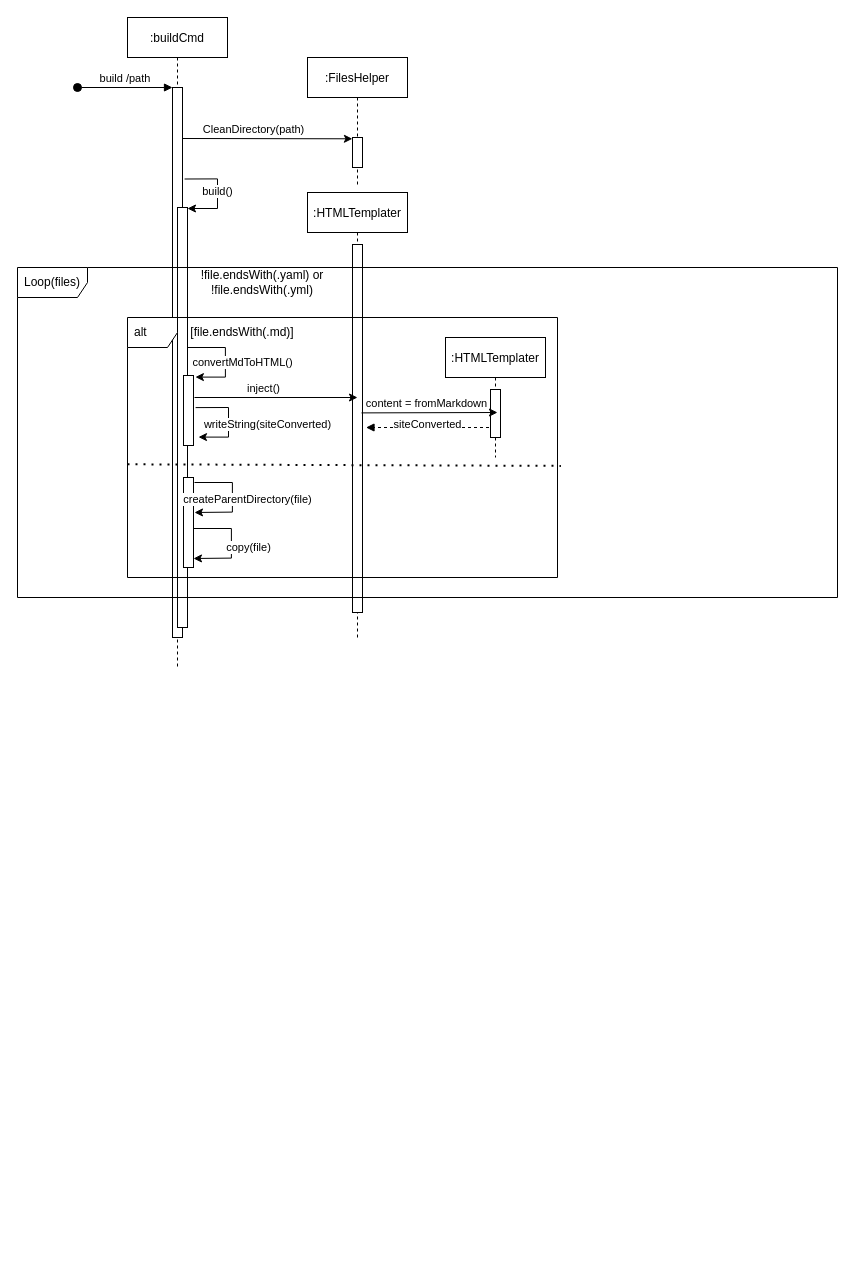
Earlier version of the draw.io diagram diagramme/DiagrammeSequence.drawio (lgtm-migrator/projet-marengo_rosset_silvestri_tissot). Source tidied: cells renumbered, new cells numbered last; positions are measured from the earlier drawing's top-left corner, leaving out a move shared by most shapes. Both pictures are drawn from the tidied source at 100%, with x=0, y=0 at pixel (17, 17).
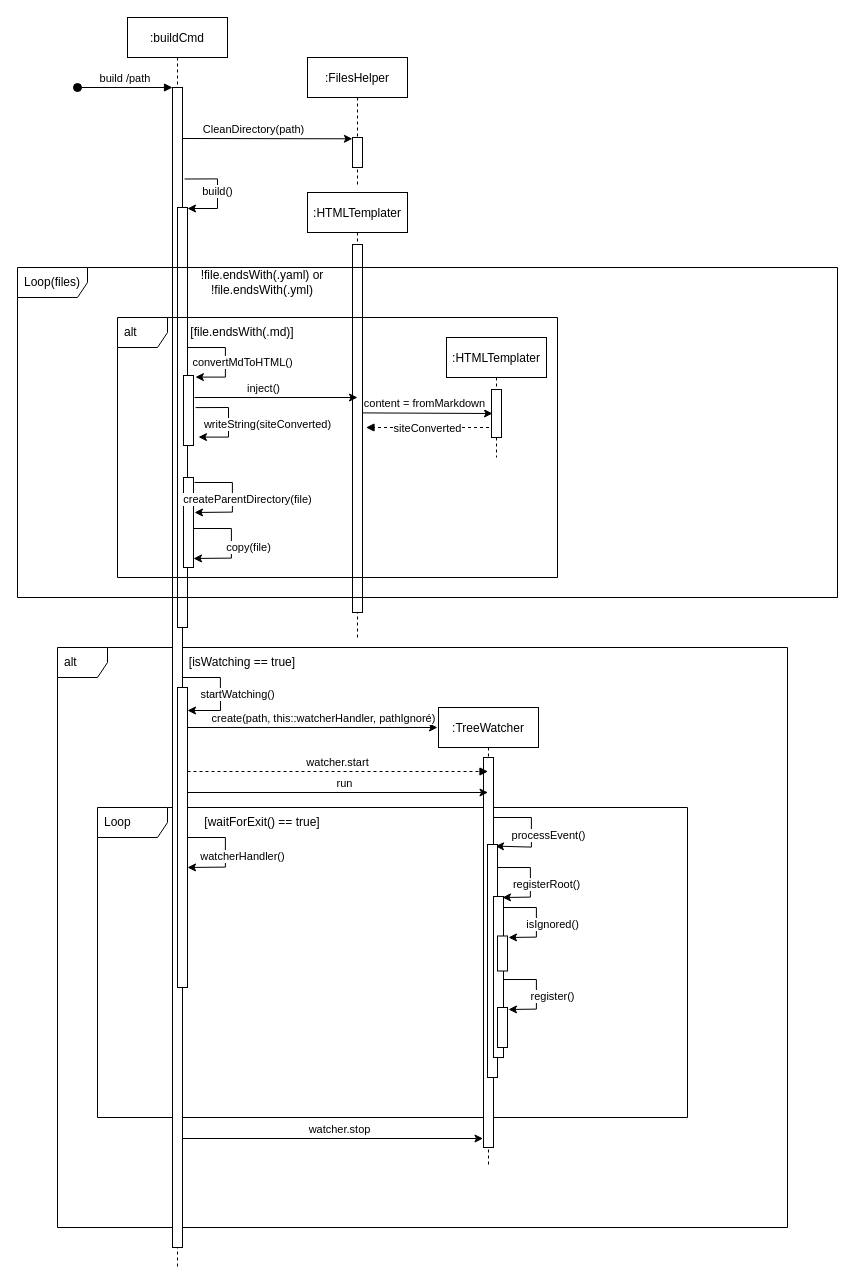
Above is the later version.

Commit message (it also covers changes not shown here):
Modification du diagramme de Séquence de la commande build afin de prendre en compte l'ajour du watcher. Modifications des screenshots.

Unchanged cells that the change refers to:
```xml
<mxCell id="23" style="points=[];perimeter=orthogonalPerimeter;rounded=0;shadow=0;strokeWidth=1;" parent="22" vertex="1">
  <mxGeometry x="45" y="52" width="10" height="48" as="geometry" />
</mxCell>
<mxCell id="26" style="html=1;verticalAlign=bottom;labelBackgroundColor=none;endArrow=block;endFill=1;dashed=1;rounded=0;" parent="1" edge="1">
  <mxGeometry relative="1" as="geometry">
    <mxPoint x="471.5" y="410" as="sourcePoint" />
    <mxPoint x="348.5" y="410" as="targetPoint" />
    <Array as="points">
      <mxPoint x="441.5" y="410" />
    </Array>
  </mxGeometry>
</mxCell>
```

Change to the diagram source:
```diff
@@
+    <mxCell id="32" value="alt" style="shape=umlFrame;whiteSpace=wrap;html=1;width=50;height=30;boundedLbl=1;verticalAlign=middle;align=left;spacingLeft=5;" parent="1" vertex="1">
+      <mxGeometry x="40" y="630" width="730" height="580" as="geometry" />
+    </mxCell>
     <mxCell id="2" value=":buildCmd" style="shape=umlLifeline;perimeter=lifelinePerimeter;rounded=0;shadow=0;strokeWidth=1;" parent="1" vertex="1">
-      <mxGeometry x="110" width="100" height="650" as="geometry" />
+      <mxGeometry x="110" width="100" height="1250" as="geometry" />
     </mxCell>
+    <mxCell id="33" value="Loop" style="shape=umlFrame;whiteSpace=wrap;html=1;width=70;height=30;boundedLbl=1;verticalAlign=middle;align=left;spacingLeft=5;" parent="2" vertex="1">
+      <mxGeometry x="-30" y="790" width="590" height="310" as="geometry" />
+    </mxCell>
     <mxCell id="3" style="points=[];perimeter=orthogonalPerimeter;rounded=0;shadow=0;strokeWidth=1;" parent="2" vertex="1">
-      <mxGeometry x="45" y="70" width="10" height="550" as="geometry" />
+      <mxGeometry x="45" y="70" width="10" height="1160" as="geometry" />
     </mxCell>
@@
+    <mxCell id="34" value="startWatching()" style="endArrow=classic;html=1;rounded=0;exitX=0;exitY=1;exitDx=0;exitDy=0;" parent="2" edge="1" target="35">
+      <mxGeometry x="0.05" y="17" relative="1" as="geometry">
+        <mxPoint x="55" y="660" as="sourcePoint" />
+        <Array as="points">
+          <mxPoint x="92.9" y="660" />
+          <mxPoint x="92.9" y="677.6" />
+          <mxPoint x="93" y="693" />
+        </Array>
+      </mxGeometry>
+    </mxCell>
+    <mxCell id="35" style="points=[];perimeter=orthogonalPerimeter;rounded=0;shadow=0;strokeWidth=1;" parent="2" vertex="1">
+      <mxGeometry x="50" y="670" width="10" height="300" as="geometry" />
+    </mxCell>
+    <mxCell id="36" value="watcherHandler()" style="endArrow=classic;html=1;rounded=0;exitX=0;exitY=1;exitDx=0;exitDy=0;" parent="2" edge="1">
+      <mxGeometry x="0.09" y="17" relative="1" as="geometry">
+        <mxPoint x="60" y="820" as="sourcePoint" />
+        <mxPoint x="60" y="850" as="targetPoint" />
+        <Array as="points">
+          <mxPoint x="97.9" y="820" />
+          <mxPoint x="97.9" y="837.6" />
+          <mxPoint x="97.9" y="849.6" />
+        </Array>
+      </mxGeometry>
+    </mxCell>
+    <mxCell id="37" value="[waitForExit() == true]" style="text;html=1;strokeColor=none;fillColor=none;align=center;verticalAlign=middle;whiteSpace=wrap;rounded=0;" parent="2" vertex="1">
+      <mxGeometry x="70" y="790" width="130" height="30" as="geometry" />
+    </mxCell>
+    <mxCell id="38" style="endArrow=classic;html=1;rounded=0;" parent="2" edge="1">
+      <mxGeometry relative="1" as="geometry">
+        <mxPoint x="55" y="1121" as="sourcePoint" />
+        <mxPoint x="355.5" y="1121" as="targetPoint" />
+      </mxGeometry>
+    </mxCell>
+    <mxCell id="39" value="watcher.stop" style="edgeLabel;html=1;align=center;verticalAlign=middle;" parent="38" vertex="1">
+      <mxGeometry x="-0.16" y="-2" relative="1" as="geometry">
+        <mxPoint x="30" y="-12" as="offset" />
+      </mxGeometry>
+    </mxCell>
@@
     <mxCell id="15" value="alt" style="shape=umlFrame;whiteSpace=wrap;html=1;width=50;height=30;boundedLbl=1;verticalAlign=middle;align=left;spacingLeft=5;" parent="1" vertex="1">
-      <mxGeometry x="110" y="300" width="430" height="260" as="geometry" />
+      <mxGeometry x="100" y="300" width="440" height="260" as="geometry" />
     </mxCell>
@@
-    <mxCell id="17" style="endArrow=none;dashed=1;html=1;dashPattern=1 3;strokeWidth=2;rounded=0;entryX=1.008;entryY=0.33;entryDx=0;entryDy=0;entryPerimeter=0;exitX=0;exitY=0.321;exitDx=0;exitDy=0;exitPerimeter=0;" parent="1" edge="1">
-      <mxGeometry relative="1" as="geometry">
-        <mxPoint x="110" y="446.8" as="sourcePoint" />
-        <mxPoint x="543.4" y="448.4" as="targetPoint" />
-      </mxGeometry>
-    </mxCell>
@@
     <mxCell id="22" value=":HTMLTemplater" style="shape=umlLifeline;perimeter=lifelinePerimeter;rounded=0;shadow=0;strokeWidth=1;" parent="1" vertex="1">
-      <mxGeometry x="428" y="320" width="100" height="120" as="geometry" />
+      <mxGeometry x="429" y="320" width="100" height="120" as="geometry" />
     </mxCell>
@@
-    <mxCell id="24" style="endArrow=classic;html=1;rounded=0;" parent="22" edge="1">
+    <mxCell id="24" style="endArrow=classic;html=1;rounded=0;entryX=0.1;entryY=0.5;entryDx=0;entryDy=0;entryPerimeter=0;" parent="22" edge="1" target="23">
       <mxGeometry relative="1" as="geometry">
         <mxPoint x="-84" y="75.4" as="sourcePoint" />
-        <mxPoint x="52" y="75" as="targetPoint" />
       </mxGeometry>
     </mxCell>
@@
     <mxCell id="27" value="siteConverted" style="edgeLabel;html=1;align=center;verticalAlign=middle;" parent="26" vertex="1">
       <mxGeometry x="0.01" y="1" relative="1" as="geometry">
-        <mxPoint y="-5" as="offset" />
+        <mxPoint y="-1" as="offset" />
       </mxGeometry>
     </mxCell>
@@
+    <mxCell id="40" value="[isWatching == true]" style="text;html=1;strokeColor=none;fillColor=none;align=center;verticalAlign=middle;whiteSpace=wrap;rounded=0;" parent="1" vertex="1">
+      <mxGeometry x="170" y="630" width="110" height="30" as="geometry" />
+    </mxCell>
+    <mxCell id="41" value=":TreeWatcher" style="shape=umlLifeline;perimeter=lifelinePerimeter;rounded=0;shadow=0;strokeWidth=1;" parent="1" vertex="1">
+      <mxGeometry x="421" y="690" width="100" height="460" as="geometry" />
+    </mxCell>
+    <mxCell id="42" style="perimeter=orthogonalPerimeter;rounded=0;shadow=0;strokeWidth=1;" parent="41" vertex="1">
+      <mxGeometry x="45" y="50" width="10" height="390" as="geometry" />
+    </mxCell>
+    <mxCell id="43" value="processEvent()" style="endArrow=classic;html=1;rounded=0;exitX=0;exitY=1;exitDx=0;exitDy=0;entryX=0.8;entryY=0.007;entryDx=0;entryDy=0;entryPerimeter=0;" parent="41" edge="1" target="44">
+      <mxGeometry x="0.09" y="17" relative="1" as="geometry">
+        <mxPoint x="55" y="110" as="sourcePoint" />
+        <Array as="points">
+          <mxPoint x="92.9" y="110" />
+          <mxPoint x="92.9" y="127.6" />
+          <mxPoint x="92.9" y="139.6" />
+        </Array>
+      </mxGeometry>
+    </mxCell>
+    <mxCell id="44" style="points=[];perimeter=orthogonalPerimeter;rounded=0;shadow=0;strokeWidth=1;" parent="41" vertex="1">
+      <mxGeometry x="49" y="137" width="10" height="233" as="geometry" />
+    </mxCell>
+    <mxCell id="45" style="perimeter=orthogonalPerimeter;rounded=0;shadow=0;strokeWidth=1;" parent="41" vertex="1">
+      <mxGeometry x="55" y="189" width="10" height="161" as="geometry" />
+    </mxCell>
+    <mxCell id="46" value="registerRoot()" style="endArrow=classic;html=1;rounded=0;" parent="41" edge="1">
+      <mxGeometry x="0.1" y="16" relative="1" as="geometry">
+        <mxPoint x="59" y="160" as="sourcePoint" />
+        <mxPoint x="64" y="190" as="targetPoint" />
+        <Array as="points">
+          <mxPoint x="91.9" y="160" />
+          <mxPoint x="91.9" y="177.6" />
+          <mxPoint x="91.9" y="189.6" />
+        </Array>
+      </mxGeometry>
+    </mxCell>
+    <mxCell id="47" style="perimeter=orthogonalPerimeter;rounded=0;shadow=0;strokeWidth=1;" parent="41" vertex="1">
+      <mxGeometry x="59" y="228.5" width="10" height="35" as="geometry" />
+    </mxCell>
+    <mxCell id="48" value="isIgnored()" style="endArrow=classic;html=1;rounded=0;" parent="41" edge="1">
+      <mxGeometry x="0.1" y="16" relative="1" as="geometry">
+        <mxPoint x="65" y="200" as="sourcePoint" />
+        <mxPoint x="70" y="230" as="targetPoint" />
+        <Array as="points">
+          <mxPoint x="97.9" y="200" />
+          <mxPoint x="97.9" y="217.6" />
+          <mxPoint x="97.9" y="229.6" />
+        </Array>
+      </mxGeometry>
+    </mxCell>
+    <mxCell id="49" style="perimeter=orthogonalPerimeter;rounded=0;shadow=0;strokeWidth=1;" parent="41" vertex="1">
+      <mxGeometry x="59" y="300" width="10" height="40" as="geometry" />
+    </mxCell>
+    <mxCell id="50" value="register()" style="endArrow=classic;html=1;rounded=0;" parent="41" edge="1">
+      <mxGeometry x="0.1" y="16" relative="1" as="geometry">
+        <mxPoint x="65" y="272" as="sourcePoint" />
+        <mxPoint x="70" y="302" as="targetPoint" />
+        <Array as="points">
+          <mxPoint x="97.9" y="272" />
+          <mxPoint x="97.9" y="289.6" />
+          <mxPoint x="97.9" y="301.6" />
+        </Array>
+      </mxGeometry>
+    </mxCell>
+    <mxCell id="51" style="endArrow=classic;html=1;rounded=0;" parent="1" edge="1">
+      <mxGeometry relative="1" as="geometry">
+        <mxPoint x="170" y="710" as="sourcePoint" />
+        <mxPoint x="420" y="710" as="targetPoint" />
+      </mxGeometry>
+    </mxCell>
+    <mxCell id="52" value="create(path, this::watcherHandler, pathIgnoré)" style="edgeLabel;html=1;align=center;verticalAlign=middle;" parent="51" vertex="1">
+      <mxGeometry x="-0.16" y="-2" relative="1" as="geometry">
+        <mxPoint x="30" y="-12" as="offset" />
+      </mxGeometry>
+    </mxCell>
+    <mxCell id="53" value="watcher.start" style="html=1;verticalAlign=bottom;labelBackgroundColor=none;endArrow=block;endFill=1;dashed=1;rounded=0;" parent="1" edge="1">
+      <mxGeometry relative="1" as="geometry">
+        <mxPoint x="170" y="754" as="sourcePoint" />
+        <mxPoint x="470.5" y="754" as="targetPoint" />
+      </mxGeometry>
+    </mxCell>
+    <mxCell id="54" style="endArrow=classic;html=1;rounded=0;" parent="1" edge="1">
+      <mxGeometry relative="1" as="geometry">
+        <mxPoint x="170" y="775" as="sourcePoint" />
+        <mxPoint x="470.5" y="775" as="targetPoint" />
+      </mxGeometry>
+    </mxCell>
+    <mxCell id="55" value="run" style="edgeLabel;html=1;align=center;verticalAlign=middle;" parent="54" vertex="1">
+      <mxGeometry x="-0.16" y="-2" relative="1" as="geometry">
+        <mxPoint x="30" y="-12" as="offset" />
+      </mxGeometry>
+    </mxCell>
```
